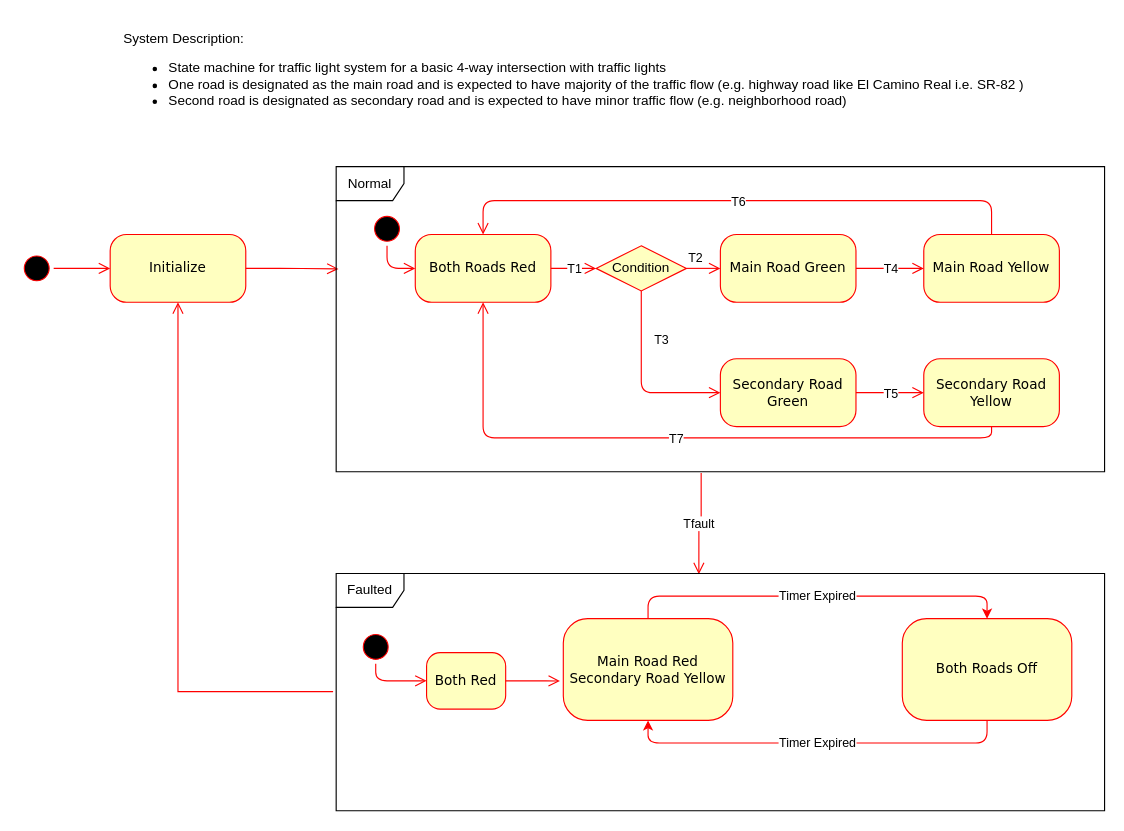
Before: TrafficLight/Tiva_C_Launchpad/systemDesign/TrafficLightSystem.drawio in munadirahmed/embedded, a draw.io diagram. Source tidied: cells renumbered, new cells numbered last; positions are measured from the earlier drawing's top-left corner, leaving out a move shared by most shapes. Both pictures are drawn from the tidied source at 113%, with x=0, y=0 at pixel (19, 19).
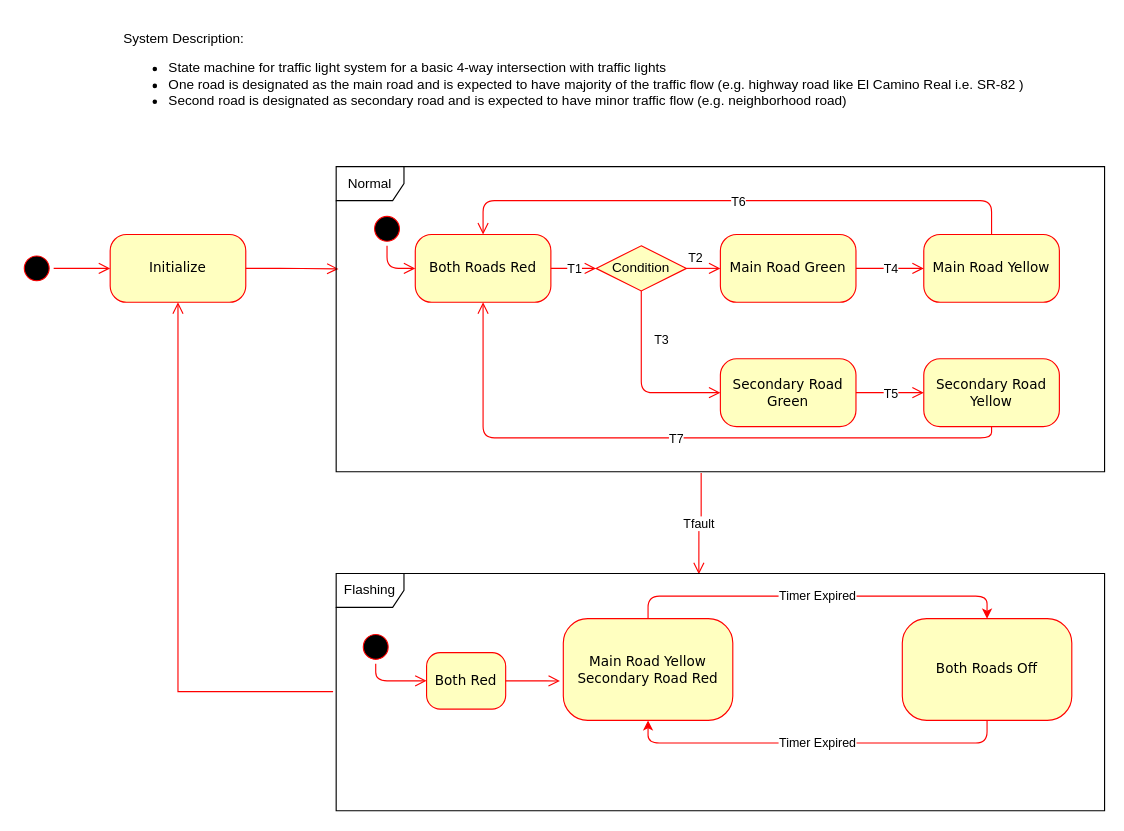
Above is the later version.

The edit, as a diff of the source:
```diff
@@
-    <mxCell id="31" value="Faulted" style="shape=umlFrame;whiteSpace=wrap;html=1;" parent="1" vertex="1">
+    <mxCell id="31" value="Flashing" style="shape=umlFrame;whiteSpace=wrap;html=1;" parent="1" vertex="1">
       <mxGeometry x="280" y="490" width="680" height="210" as="geometry" />
     </mxCell>
@@
-    <mxCell id="33" value="Main Road Red&lt;div&gt;Secondary Road Yellow&lt;/div&gt;" style="rounded=1;whiteSpace=wrap;html=1;arcSize=24;fillColor=#ffffc0;strokeColor=#ff0000;shadow=0;comic=0;labelBackgroundColor=none;fontFamily=Verdana;fontSize=12;fontColor=#000000;align=center;" parent="1" vertex="1">
+    <mxCell id="33" value="Main Road Yellow&lt;div&gt;Secondary Road Red&lt;/div&gt;" style="rounded=1;whiteSpace=wrap;html=1;arcSize=24;fillColor=#ffffc0;strokeColor=#ff0000;shadow=0;comic=0;labelBackgroundColor=none;fontFamily=Verdana;fontSize=12;fontColor=#000000;align=center;" parent="1" vertex="1">
       <mxGeometry x="481" y="530" width="150" height="90" as="geometry" />
     </mxCell>
```
